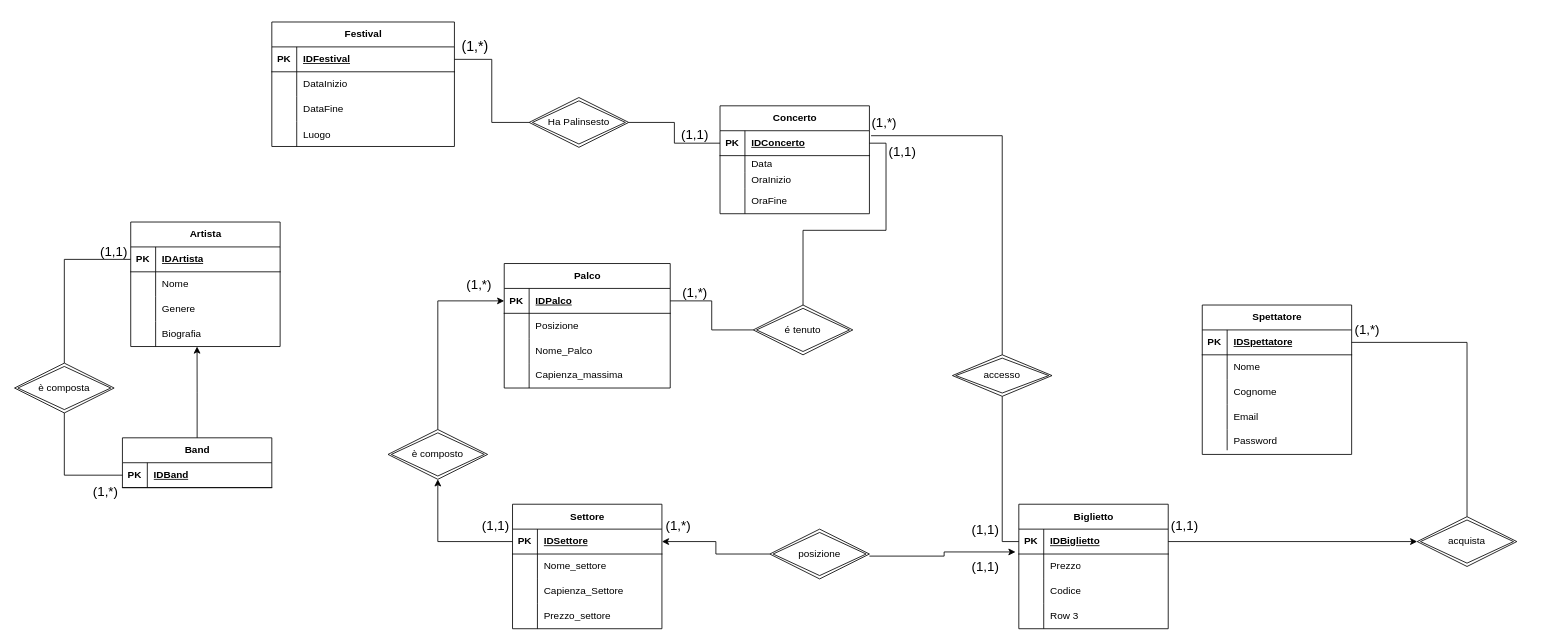
SuperMauro1966/Statistiche-Artisti keeps this draw.io diagram as page "Diagramma_E_R" (1 of 2) of doc/Analisi/Diagramma_Concettuale_Logico_MusicDB.drawio. Above is the earlier version. Source tidied: cells renumbered, new cells numbered last; positions are measured from the earlier drawing's top-left corner, leaving out a move shared by most shapes. Both pictures are drawn from the tidied source at 83%, with x=0, y=0 at pixel (14, 14).
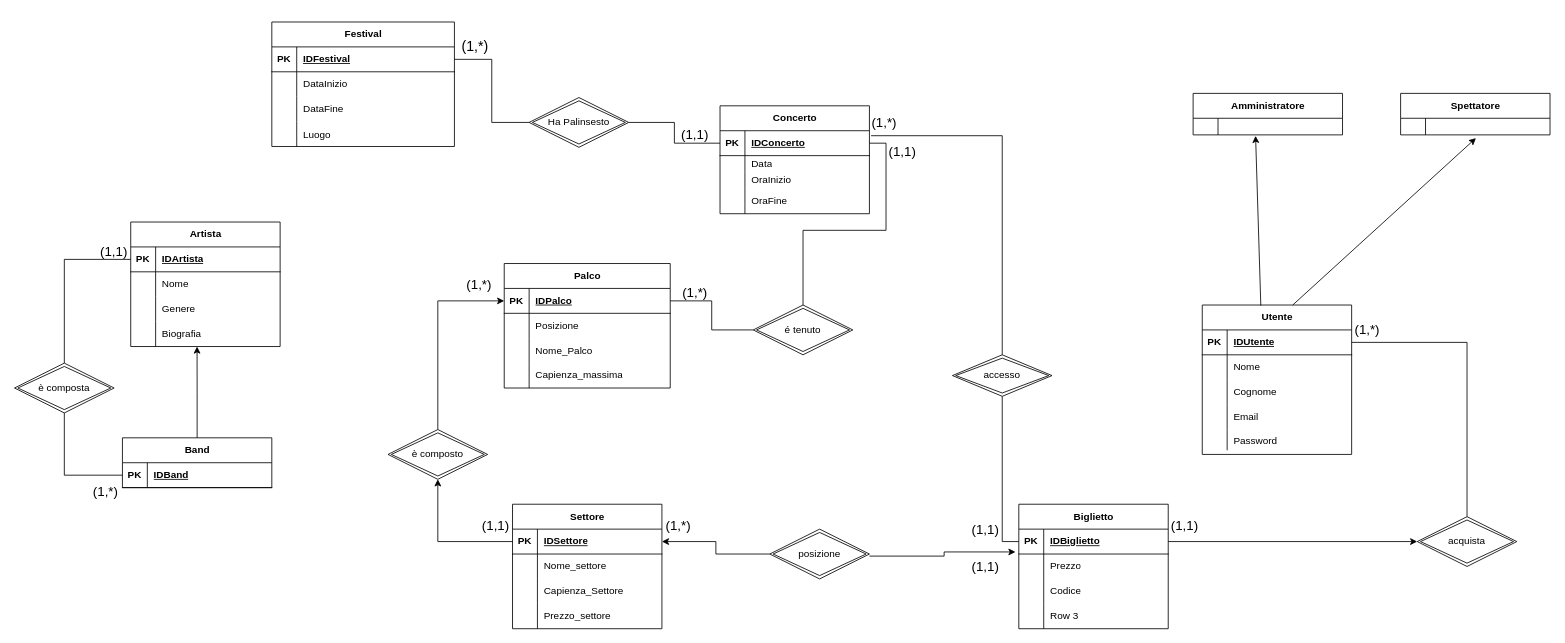
Above is the later version.

Commit message (it also covers changes not shown here):
modifica del diagramma concettuale o logico con aggiunta del ruolo

Unchanged cells that the change refers to:
```xml
<mxCell id="95" style="shape=tableRow;horizontal=0;startSize=0;swimlaneHead=0;swimlaneBody=0;fillColor=none;points=[[0,0.5],[1,0.5]];portConstraint=eastwest;top=0;left=0;right=0;bottom=1;" parent="94" vertex="1">
  <mxGeometry y="30" width="180" height="30" as="geometry" />
</mxCell>
```

The edit, as a diff of the source:
```diff
@@
-    <mxCell id="94" value="Spettatore" style="shape=table;startSize=30;childLayout=tableLayout;rowLines=0;fontStyle=1;align=center;html=1;" parent="1" vertex="1">
+    <mxCell id="94" value="Utente" style="shape=table;startSize=30;childLayout=tableLayout;rowLines=0;fontStyle=1;align=center;html=1;" parent="1" vertex="1">
       <mxGeometry x="1431" y="350" width="180" height="180" as="geometry" />
     </mxCell>
@@
-    <mxCell id="97" value="IDSpettatore" style="shape=partialRectangle;fillColor=none;top=0;left=0;bottom=0;right=0;align=left;spacingLeft=6;fontStyle=5;overflow=hidden;whiteSpace=wrap;html=1;" parent="95" vertex="1">
+    <mxCell id="97" value="IDUtente" style="shape=partialRectangle;fillColor=none;top=0;left=0;bottom=0;right=0;align=left;spacingLeft=6;fontStyle=5;overflow=hidden;whiteSpace=wrap;html=1;" parent="95" vertex="1">
       <mxGeometry x="30" width="150" height="30" as="geometry" />
     </mxCell>
@@
+    <mxCell id="138" value="Amministratore" style="shape=table;startSize=30;childLayout=tableLayout;rowLines=0;fontStyle=1;align=center;html=1;" parent="1" vertex="1">
+      <mxGeometry x="1420" y="95" width="180" height="50" as="geometry" />
+    </mxCell>
+    <mxCell id="139" style="shape=tableRow;horizontal=0;startSize=0;swimlaneHead=0;swimlaneBody=0;fillColor=none;points=[[0,0.5],[1,0.5]];portConstraint=eastwest;top=0;left=0;right=0;bottom=0;" parent="138" vertex="1">
+      <mxGeometry y="30" width="180" height="20" as="geometry" />
+    </mxCell>
+    <mxCell id="140" style="shape=partialRectangle;fillColor=none;top=0;left=0;bottom=0;right=0;overflow=hidden;whiteSpace=wrap;html=1;" parent="139" vertex="1">
+      <mxGeometry width="30" height="20" as="geometry" />
+    </mxCell>
+    <mxCell id="141" style="shape=partialRectangle;fillColor=none;top=0;left=0;bottom=0;right=0;align=left;spacingLeft=6;overflow=hidden;whiteSpace=wrap;html=1;" parent="139" vertex="1">
+      <mxGeometry x="30" width="150" height="20" as="geometry" />
+    </mxCell>
+    <mxCell id="142" style="endArrow=classic;html=1;rounded=0;entryX=0.418;entryY=1.059;entryDx=0;entryDy=0;entryPerimeter=0;exitX=0.392;exitY=0.004;exitDx=0;exitDy=0;exitPerimeter=0;" parent="1" edge="1" source="94" target="139">
+      <mxGeometry relative="1" as="geometry" />
+    </mxCell>
+    <mxCell id="143" value="Spettatore" style="shape=table;startSize=30;childLayout=tableLayout;rowLines=0;fontStyle=1;align=center;html=1;" parent="1" vertex="1">
+      <mxGeometry x="1670" y="95" width="180" height="50" as="geometry" />
+    </mxCell>
+    <mxCell id="144" style="shape=tableRow;horizontal=0;startSize=0;swimlaneHead=0;swimlaneBody=0;fillColor=none;points=[[0,0.5],[1,0.5]];portConstraint=eastwest;top=0;left=0;right=0;bottom=0;" parent="143" vertex="1">
+      <mxGeometry y="30" width="180" height="20" as="geometry" />
+    </mxCell>
+    <mxCell id="145" style="shape=partialRectangle;fillColor=none;top=0;left=0;bottom=0;right=0;overflow=hidden;whiteSpace=wrap;html=1;" parent="144" vertex="1">
+      <mxGeometry width="30" height="20" as="geometry" />
+    </mxCell>
+    <mxCell id="146" style="shape=partialRectangle;fillColor=none;top=0;left=0;bottom=0;right=0;align=left;spacingLeft=6;overflow=hidden;whiteSpace=wrap;html=1;" parent="144" vertex="1">
+      <mxGeometry x="30" width="150" height="20" as="geometry" />
+    </mxCell>
+    <mxCell id="147" style="endArrow=classic;html=1;rounded=0;entryX=0.504;entryY=1.195;entryDx=0;entryDy=0;entryPerimeter=0;" parent="1" edge="1" target="144">
+      <mxGeometry relative="1" as="geometry">
+        <mxPoint x="1540" y="350" as="sourcePoint" />
+      </mxGeometry>
+    </mxCell>
```
